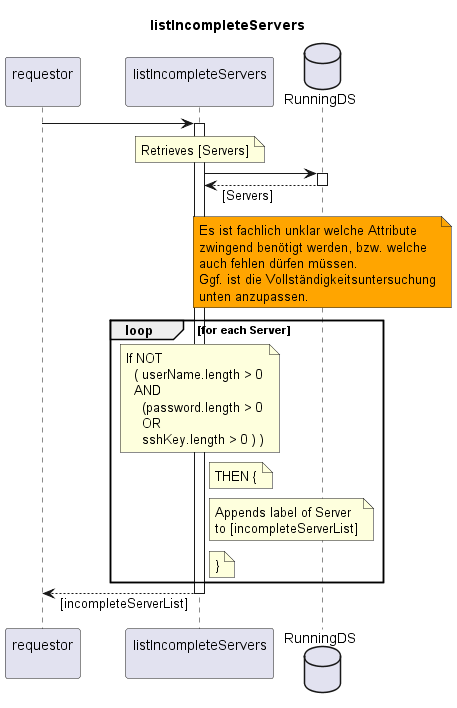
Before: spec/Services/listIncompleteServers/1.0.0/listIncompleteServers.png, a diagram exported from PlantUML (openBackhaul/FirmWareManager).
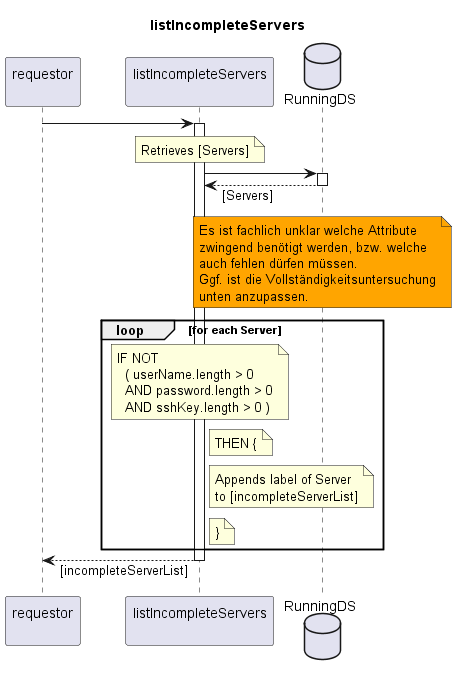
Above is the later version.

The edit, as a diff of the source:
```diff
@@ -30,12 +30,10 @@
 
   loop for each Server
     note over indServ
-      If NOT
+      IF NOT
         ( userName.length > 0
-        AND
-          (password.length > 0
-          OR
-          sshKey.length > 0 ) )
+        AND password.length > 0
+        AND sshKey.length > 0 )
     end note
     note right indServ
       THEN {
```
